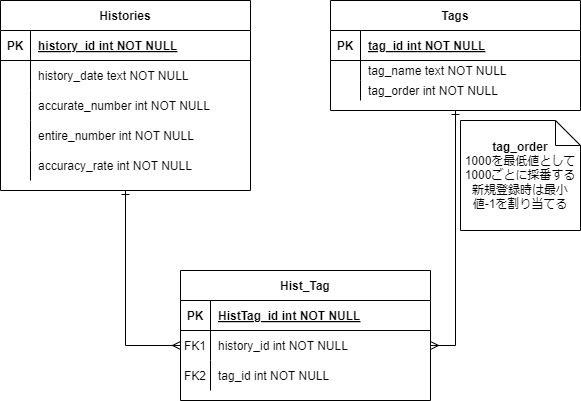
Before: documents/テーブル設計.drawio.png, a diagram exported from draw.io (Lis-ReKid/CorrectRateLog). Source tidied: cells renumbered, new cells last; positions are measured from the earlier drawing's top-left corner, leaving out a move shared by most shapes.
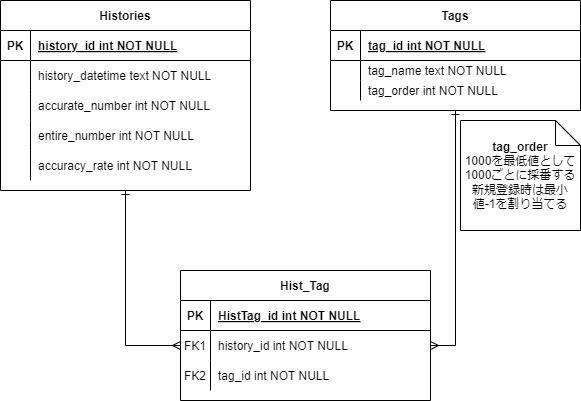
Above is the later version.

Commit message:
テーブル設計見直し

Change to the diagram source:
```diff
@@ -83,7 +83,7 @@
     <mxCell id="28" style="shape=partialRectangle;overflow=hidden;fillColor=none;top=0;left=0;bottom=0;right=0;" parent="27" vertex="1">
       <mxGeometry width="30" height="30" as="geometry" />
     </mxCell>
-    <mxCell id="29" value="history_date text NOT NULL" style="shape=partialRectangle;overflow=hidden;fillColor=none;top=0;left=0;bottom=0;right=0;align=left;spacingLeft=6;" parent="27" vertex="1">
+    <mxCell id="29" value="history_datetime text NOT NULL" style="shape=partialRectangle;overflow=hidden;fillColor=none;top=0;left=0;bottom=0;right=0;align=left;spacingLeft=6;" parent="27" vertex="1">
       <mxGeometry x="30" width="220" height="30" as="geometry" />
     </mxCell>
     <mxCell id="30" style="shape=partialRectangle;fillColor=none;top=0;left=0;right=0;bottom=0;" parent="23" vertex="1">
```
